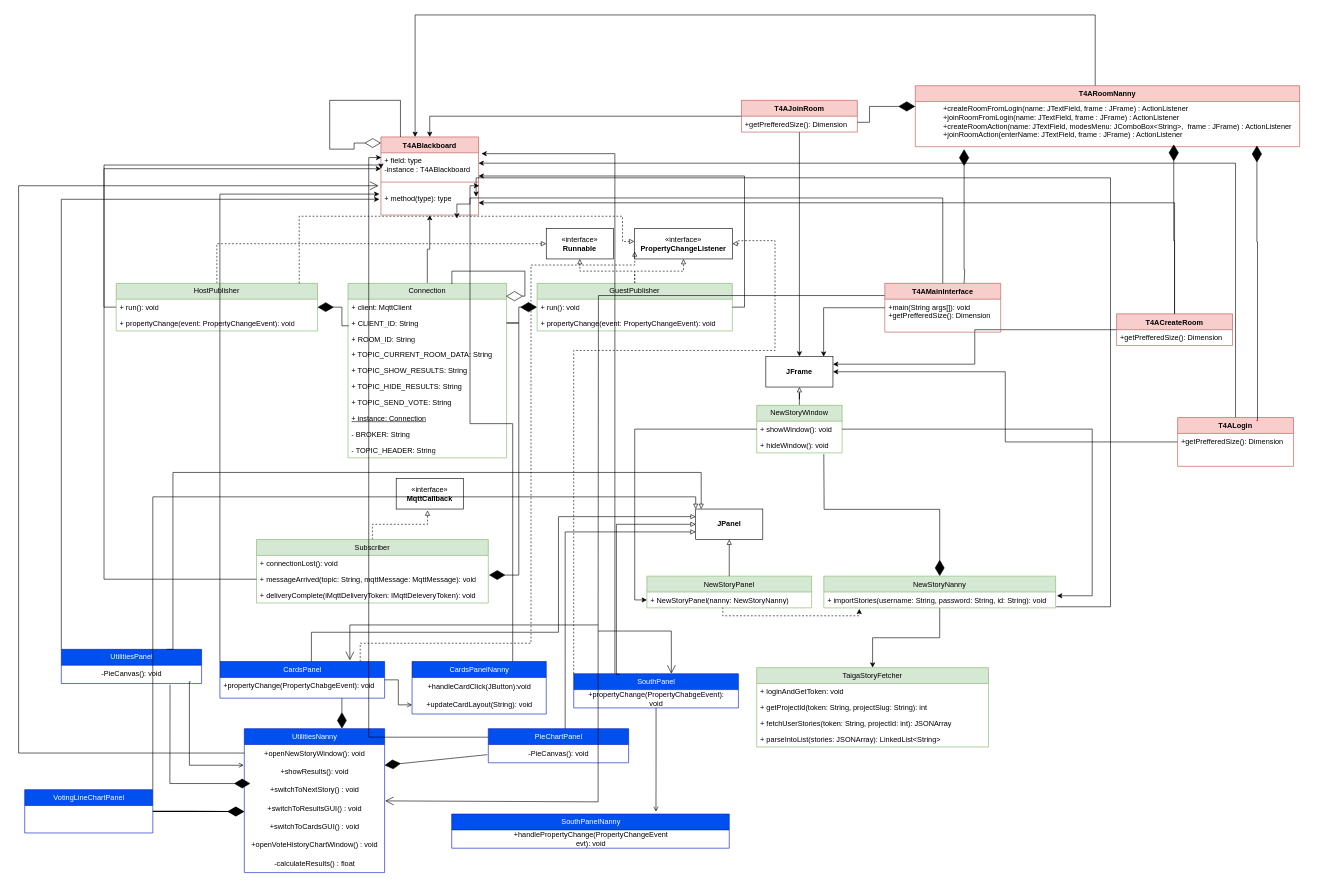
owen-mcmanus/A5-Poker keeps this draw.io diagram as PlanItPoker.drawio. Above is the earlier version. Source tidied: cells renumbered, new cells numbered last; positions are measured from the earlier drawing's top-left corner, leaving out a move shared by most shapes. Both pictures are drawn from the tidied source at 61%, with x=0, y=0 at pixel (18, 15).
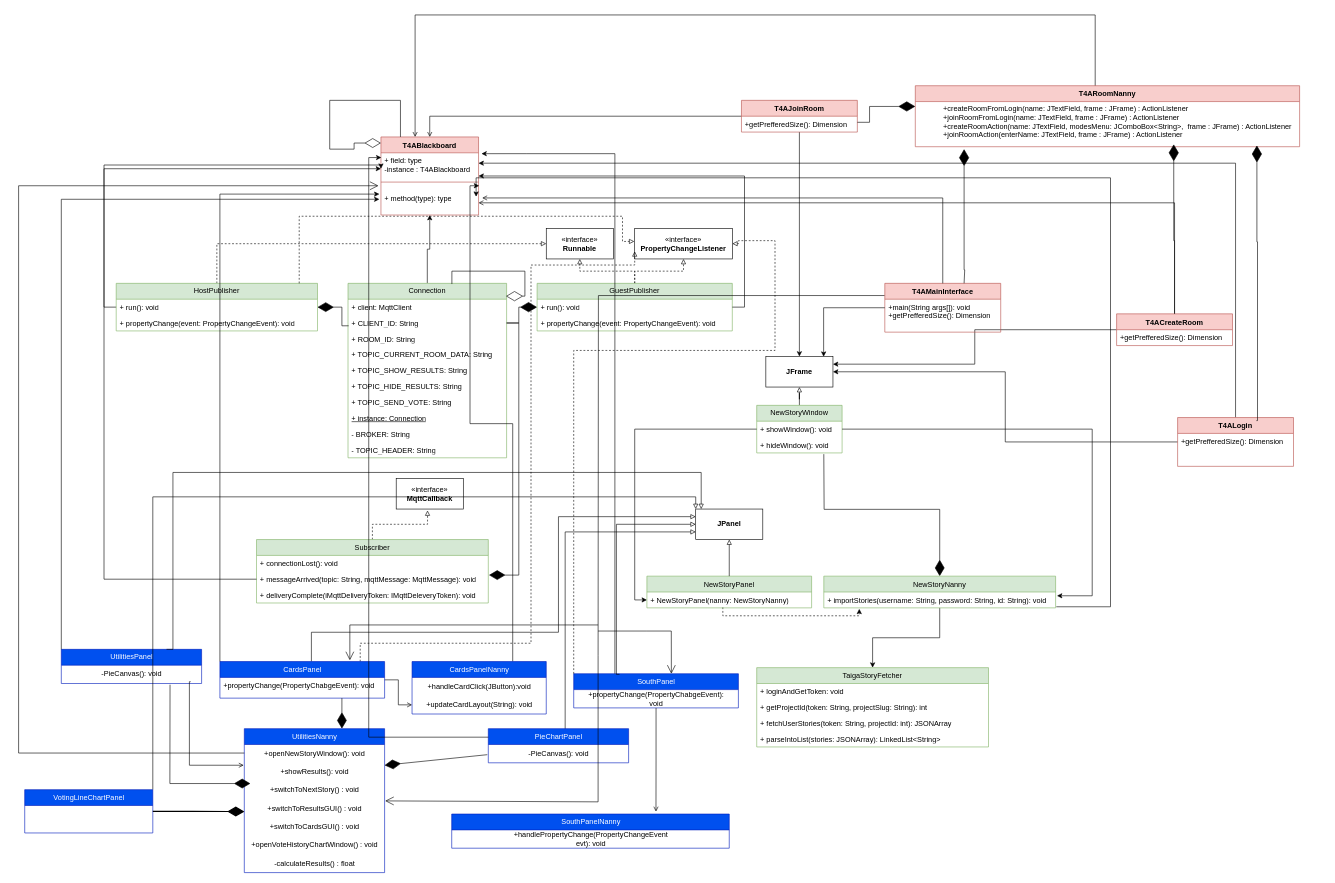
The same diagram, later.

The change refers to these unchanged cells:
```xml
<mxCell id="36" value="T4ABlackboard" style="swimlane;fontStyle=1;align=center;verticalAlign=top;horizontal=1;startSize=26;whiteSpace=wrap;html=1;fillColor=#f8cecc;strokeColor=#b85450;" parent="1" vertex="1">
  <mxGeometry x="594" y="200" width="160" height="128" as="geometry" />
</mxCell>
<mxCell id="39" value="+ method(type): type" style="text;strokeColor=none;fillColor=none;align=left;verticalAlign=top;spacingLeft=4;spacingRight=4;overflow=hidden;points=[[0,0.5],[1,0.5]];portConstraint=eastwest;whiteSpace=wrap;html=1;" parent="36" vertex="1">
  <mxGeometry y="88" width="160" height="40" as="geometry" />
</mxCell>
<mxCell id="67" value="T4AJoinRoom" style="swimlane;fontStyle=1;align=center;verticalAlign=top;horizontal=1;startSize=26;whiteSpace=wrap;html=1;fillColor=#f8cecc;strokeColor=#b85450;" parent="1" vertex="1">
  <mxGeometry x="1185" y="140" width="190" height="52" as="geometry" />
</mxCell>
<mxCell id="75" value="T4ACreateRoom" style="swimlane;fontStyle=1;align=center;verticalAlign=top;horizontal=1;startSize=26;whiteSpace=wrap;html=1;fillColor=#f8cecc;strokeColor=#b85450;" parent="1" vertex="1">
  <mxGeometry x="1800" y="490" width="190" height="52" as="geometry" />
</mxCell>
<mxCell id="79" value="T4AMainInterface" style="swimlane;fontStyle=1;align=center;verticalAlign=top;horizontal=1;startSize=26;whiteSpace=wrap;html=1;fillColor=#f8cecc;strokeColor=#b85450;" parent="1" vertex="1">
  <mxGeometry x="1420" y="440" width="190" height="80" as="geometry" />
</mxCell>
```

What changed in the source:
```diff
@@
-    <mxCell id="65" style="edgeStyle=orthogonalEdgeStyle;rounded=0;jettySize=auto;html=1;" parent="1" edge="1" source="67" target="36">
+    <mxCell id="65" style="edgeStyle=orthogonalEdgeStyle;rounded=0;jettySize=auto;html=1;endArrow=open;endFill=0;" parent="1" edge="1" source="67" target="36">
       <mxGeometry relative="1" as="geometry" />
     </mxCell>
@@
-    <mxCell id="69" style="edgeStyle=orthogonalEdgeStyle;rounded=0;jettySize=auto;html=1;" parent="1" edge="1" target="36">
+    <mxCell id="69" style="edgeStyle=orthogonalEdgeStyle;rounded=0;jettySize=auto;html=1;endArrow=open;endFill=0;" parent="1" edge="1" target="36">
       <mxGeometry relative="1" as="geometry">
         <mxPoint x="1764.9" y="117.9" as="sourcePoint" />
         <Array as="points">
           <mxPoint x="1765" />
           <mxPoint x="650" />
         </Array>
       </mxGeometry>
     </mxCell>
@@
-    <mxCell id="74" style="edgeStyle=orthogonalEdgeStyle;rounded=0;jettySize=auto;html=1;entryX=1;entryY=0.5;entryDx=0;entryDy=0;" parent="1" edge="1" source="75" target="39">
+    <mxCell id="74" style="edgeStyle=orthogonalEdgeStyle;rounded=0;jettySize=auto;html=1;entryX=1;entryY=0.5;entryDx=0;entryDy=0;endArrow=open;endFill=0;" parent="1" edge="1" source="75" target="39">
       <mxGeometry relative="1" as="geometry" />
     </mxCell>
@@
-    <mxCell id="82" style="edgeStyle=orthogonalEdgeStyle;rounded=0;jettySize=auto;html=1;entryX=0.778;entryY=1.143;entryDx=0;entryDy=0;entryPerimeter=0;exitX=0.5;exitY=0;exitDx=0;exitDy=0;" parent="1" edge="1" source="79" target="39">
+    <mxCell id="82" style="edgeStyle=orthogonalEdgeStyle;rounded=0;jettySize=auto;html=1;exitX=0.5;exitY=0;exitDx=0;exitDy=0;endArrow=open;endFill=0;" parent="1" edge="1" source="79">
       <mxGeometry relative="1" as="geometry">
+        <mxPoint x="760" y="300" as="targetPoint" />
         <Array as="points">
           <mxPoint x="1515" y="300" />
-          <mxPoint x="740" y="300" />
-          <mxPoint x="740" y="310" />
-          <mxPoint x="719" y="310" />
         </Array>
       </mxGeometry>
     </mxCell>
```
